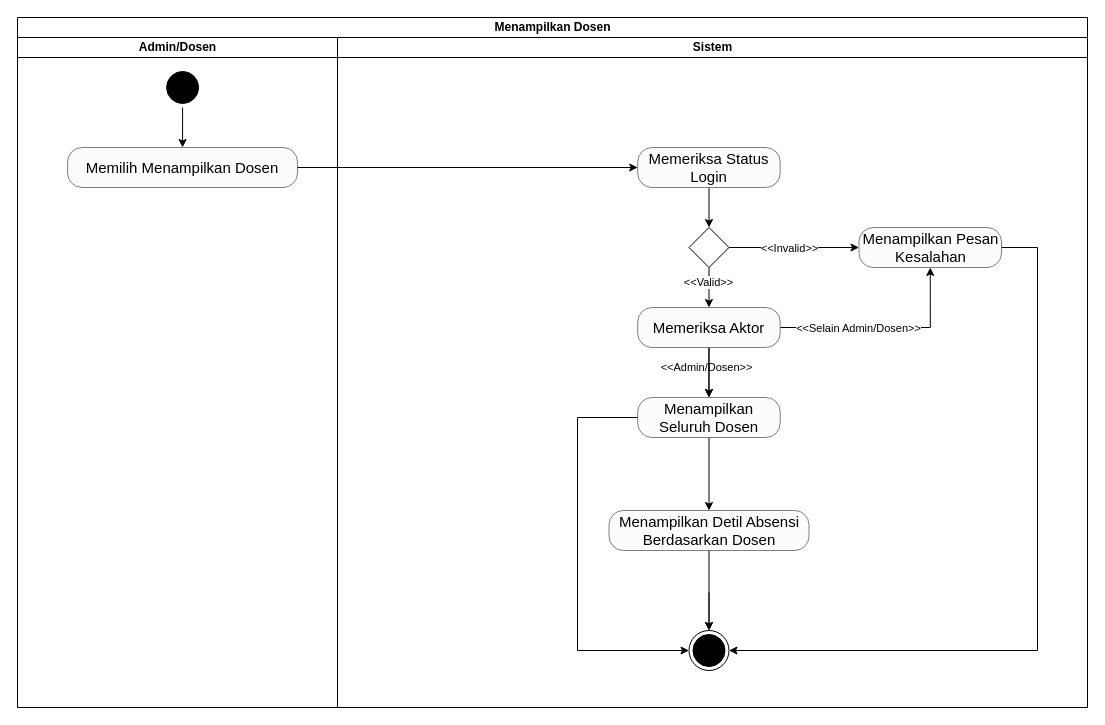
This is page "Menampilkan Dosen" (2 of 6) of activity-diagram/mengelola-dosen.drawio from ziancarlos/sistem-absensi-uph, a draw.io file, before an edit. Source tidied: cells renumbered, new cells numbered last; positions are measured from the earlier drawing's top-left corner, leaving out a move shared by most shapes. Both pictures are drawn from the tidied source at 100%, with x=0, y=0 at pixel (17, 17).
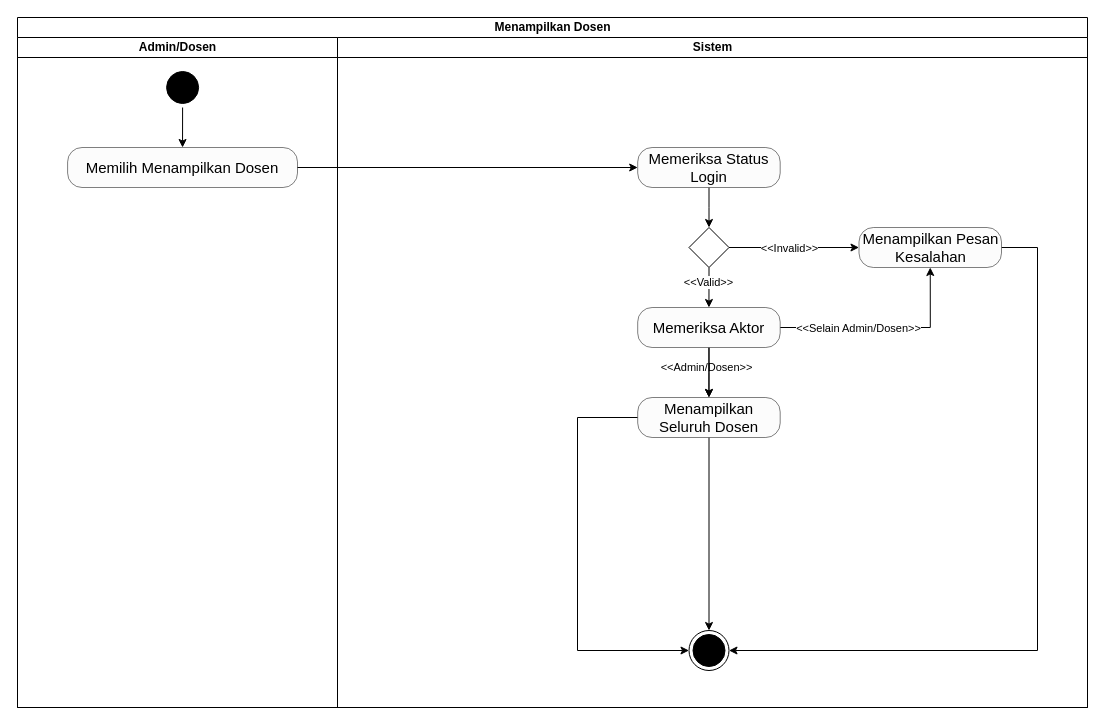
The same diagram, later.

Unchanged cells that the change refers to:
```xml
<mxCell id="8" value="Sistem" style="swimlane;startSize=20;html=1;" parent="2" vertex="1">
  <mxGeometry x="320" y="20" width="750" height="670" as="geometry" />
</mxCell>
<mxCell id="25" value="Menampilkan Seluruh Dosen" style="rounded=1;whiteSpace=wrap;html=1;fillColor=#FCFCFC;arcSize=36;strokeWidth=0.5;fontSize=15;" parent="8" vertex="1">
  <mxGeometry x="300.2" y="360" width="142.5" height="40" as="geometry" />
</mxCell>
<mxCell id="29" style="ellipse;html=1;shape=endState;fillColor=#000000;strokeColor=#000000;" parent="8" vertex="1">
  <mxGeometry x="351.5" y="593" width="40" height="40" as="geometry" />
</mxCell>
```

What changed in the source:
```diff
@@
-    <mxCell id="24" style="edgeStyle=orthogonalEdgeStyle;rounded=0;jettySize=auto;html=1;entryX=0.5;entryY=0;entryDx=0;entryDy=0;" parent="8" edge="1" source="25" target="27">
+    <mxCell id="24" style="edgeStyle=orthogonalEdgeStyle;rounded=0;jettySize=auto;html=1;entryX=0.5;entryY=0;entryDx=0;entryDy=0;" parent="8" edge="1" source="25" target="29">
       <mxGeometry relative="1" as="geometry" />
     </mxCell>
@@
-    <mxCell id="26" style="edgeStyle=orthogonalEdgeStyle;rounded=0;jettySize=auto;html=1;" parent="8" edge="1" source="27" target="29">
-      <mxGeometry relative="1" as="geometry" />
-    </mxCell>
-    <mxCell id="27" value="Menampilkan Detil Absensi Berdasarkan Dosen" style="rounded=1;whiteSpace=wrap;html=1;fillColor=#FCFCFC;arcSize=36;strokeWidth=0.5;fontSize=15;" parent="8" vertex="1">
-      <mxGeometry x="271.5" y="473" width="200" height="40" as="geometry" />
-    </mxCell>
-    <mxCell id="28" style="edgeStyle=orthogonalEdgeStyle;rounded=0;jettySize=auto;html=1;entryX=0.5;entryY=0;entryDx=0;entryDy=0;" parent="8" edge="1" target="29">
-      <mxGeometry relative="1" as="geometry">
-        <mxPoint x="371.5" y="555" as="sourcePoint" />
-      </mxGeometry>
-    </mxCell>
```
